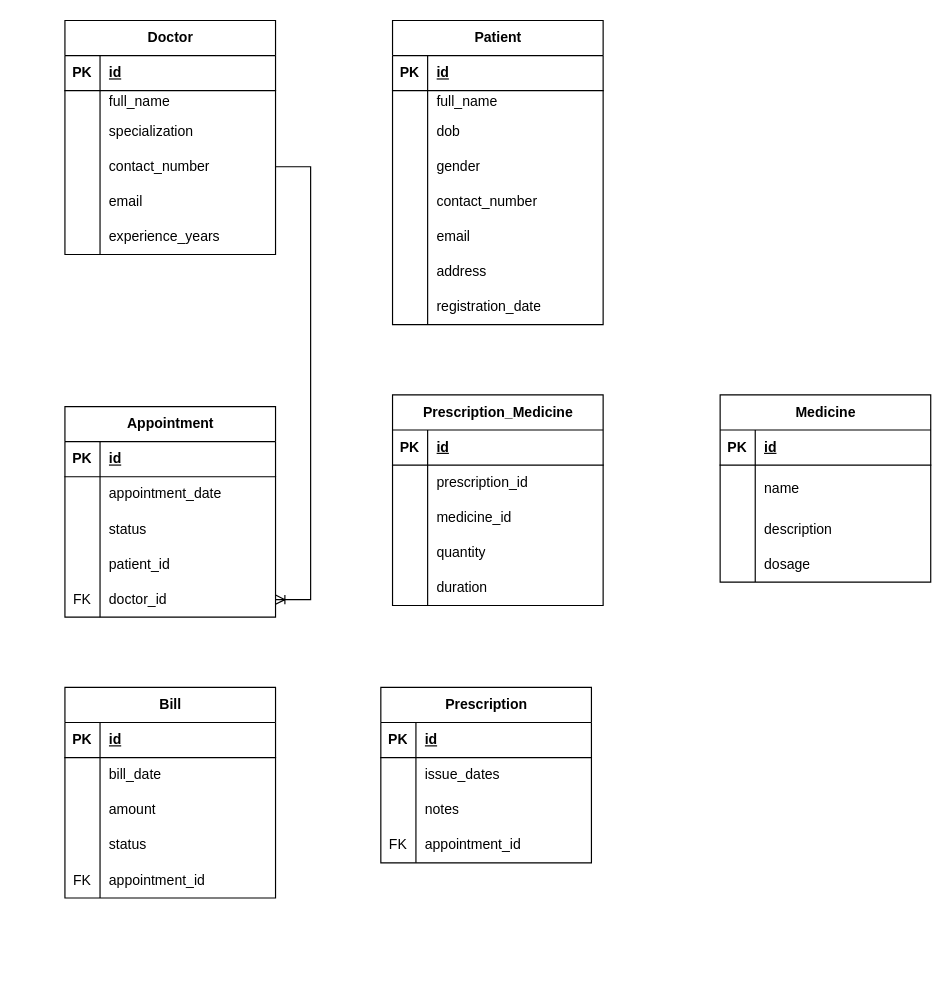
Above: Untitled Diagram.drawio in trinshika/Relationship (draw.io), before the change. Source tidied: cells renumbered, new cells numbered last; positions are measured from the earlier drawing's top-left corner, leaving out a move shared by most shapes. Both pictures are drawn from the tidied source at 117%, with x=0, y=0 at pixel (64, 20).
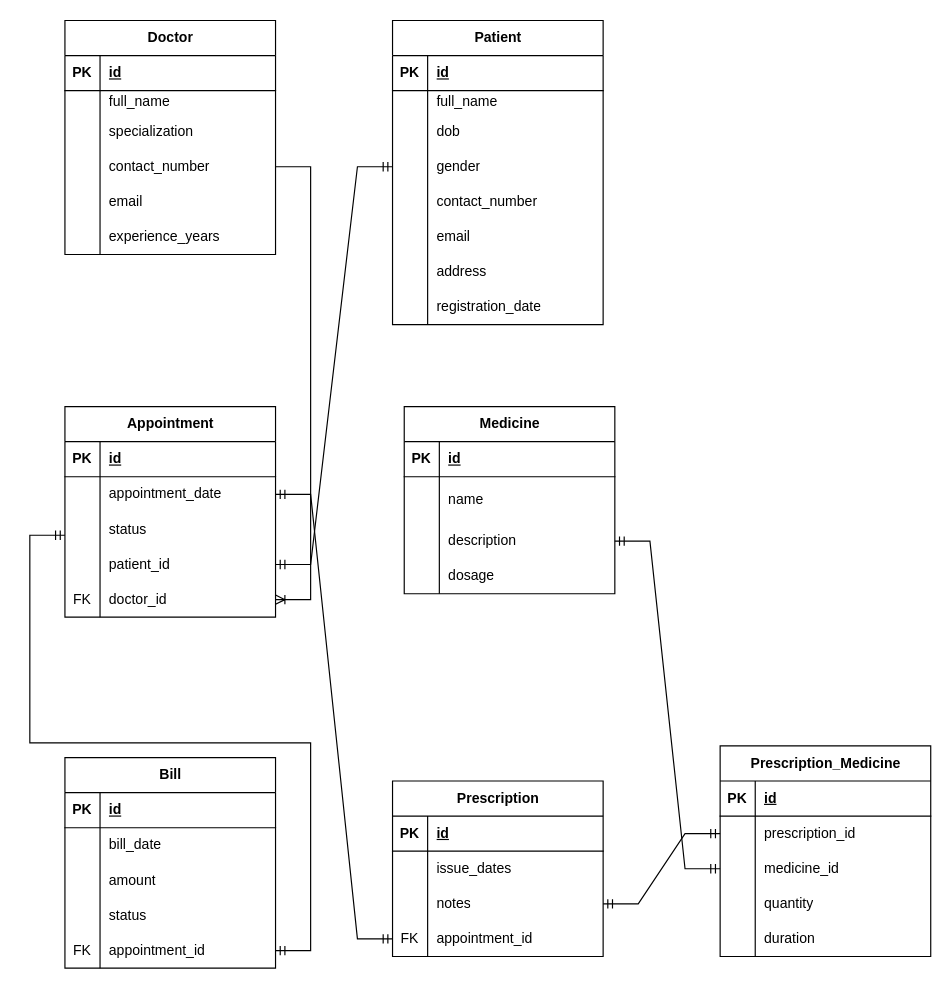
The same page after the edit.

The change refers to these unchanged cells:
```xml
<mxCell id="12" style="shape=tableRow;horizontal=0;startSize=0;swimlaneHead=0;swimlaneBody=0;fillColor=none;points=[[0,0.5],[1,0.5]];portConstraint=eastwest;top=0;left=0;right=0;bottom=0;" parent="2" vertex="1">
  <mxGeometry y="110" width="180" height="30" as="geometry" />
</mxCell>
<mxCell id="50" style="shape=tableRow;horizontal=0;startSize=0;swimlaneHead=0;swimlaneBody=0;fillColor=none;points=[[0,0.5],[1,0.5]];portConstraint=eastwest;top=0;left=0;right=0;bottom=0;" parent="46" vertex="1">
  <mxGeometry y="60" width="180" height="30" as="geometry" />
</mxCell>
<mxCell id="56" style="shape=tableRow;horizontal=0;startSize=0;swimlaneHead=0;swimlaneBody=0;fillColor=none;points=[[0,0.5],[1,0.5]];portConstraint=eastwest;top=0;left=0;right=0;bottom=0;" parent="46" vertex="1">
  <mxGeometry y="120" width="180" height="30" as="geometry" />
</mxCell>
<mxCell id="69" style="shape=tableRow;horizontal=0;startSize=0;swimlaneHead=0;swimlaneBody=0;fillColor=none;points=[[0,0.5],[1,0.5]];portConstraint=eastwest;top=0;left=0;right=0;bottom=0;" parent="62" vertex="1">
  <mxGeometry y="90" width="180" height="30" as="geometry" />
</mxCell>
<mxCell id="72" style="shape=tableRow;horizontal=0;startSize=0;swimlaneHead=0;swimlaneBody=0;fillColor=none;points=[[0,0.5],[1,0.5]];portConstraint=eastwest;top=0;left=0;right=0;bottom=0;" parent="62" vertex="1">
  <mxGeometry y="120" width="180" height="30" as="geometry" />
</mxCell>
<mxCell id="82" style="shape=tableRow;horizontal=0;startSize=0;swimlaneHead=0;swimlaneBody=0;fillColor=none;points=[[0,0.5],[1,0.5]];portConstraint=eastwest;top=0;left=0;right=0;bottom=0;" parent="75" vertex="1">
  <mxGeometry y="100" width="180" height="30" as="geometry" />
</mxCell>
<mxCell id="92" style="shape=tableRow;horizontal=0;startSize=0;swimlaneHead=0;swimlaneBody=0;fillColor=none;points=[[0,0.5],[1,0.5]];portConstraint=eastwest;top=0;left=0;right=0;bottom=0;" parent="88" vertex="1">
  <mxGeometry y="60" width="180" height="30" as="geometry" />
</mxCell>
<mxCell id="95" style="shape=tableRow;horizontal=0;startSize=0;swimlaneHead=0;swimlaneBody=0;fillColor=none;points=[[0,0.5],[1,0.5]];portConstraint=eastwest;top=0;left=0;right=0;bottom=0;" parent="88" vertex="1">
  <mxGeometry y="90" width="180" height="30" as="geometry" />
</mxCell>
<mxCell id="117" style="shape=tableRow;horizontal=0;startSize=0;swimlaneHead=0;swimlaneBody=0;fillColor=none;points=[[0,0.5],[1,0.5]];portConstraint=eastwest;top=0;left=0;right=0;bottom=0;" parent="104" vertex="1">
  <mxGeometry y="150" width="180" height="30" as="geometry" />
</mxCell>
```

The edit, as a diff of the source:
```diff
@@
     <mxCell id="62" value="Prescription" style="shape=table;startSize=30;childLayout=tableLayout;rowLines=0;fontStyle=1;align=center;html=1;" parent="1" vertex="1">
-      <mxGeometry x="270" y="570" width="180" height="150" as="geometry" />
+      <mxGeometry x="280" y="650" width="180" height="150" as="geometry" />
     </mxCell>
@@
     <mxCell id="75" value="Medicine" style="shape=table;startSize=30;childLayout=tableLayout;rowLines=0;fontStyle=1;align=center;html=1;" parent="1" vertex="1">
-      <mxGeometry x="560" y="320" width="180" height="160" as="geometry" />
+      <mxGeometry x="290" y="330" width="180" height="160" as="geometry" />
     </mxCell>
@@
     <mxCell id="88" value="Prescription_Medicine" style="shape=table;startSize=30;childLayout=tableLayout;rowLines=0;fontStyle=1;align=center;html=1;" parent="1" vertex="1">
-      <mxGeometry x="280" y="320" width="180" height="180" as="geometry" />
+      <mxGeometry x="560" y="620" width="180" height="180" as="geometry" />
     </mxCell>
@@
     <mxCell id="104" value="Bill" style="shape=table;startSize=30;childLayout=tableLayout;rowLines=0;fontStyle=1;align=center;html=1;" parent="1" vertex="1">
-      <mxGeometry y="570" width="180" height="180" as="geometry" />
+      <mxGeometry y="630" width="180" height="180" as="geometry" />
     </mxCell>
@@
+    <mxCell id="121" style="edgeStyle=entityRelationEdgeStyle;fontSize=12;html=1;endArrow=ERmandOne;startArrow=ERmandOne;rounded=0;entryX=0;entryY=0.5;entryDx=0;entryDy=0;" parent="1" edge="1" source="56" target="12">
+      <mxGeometry relative="1" as="geometry">
+        <Array as="points">
+          <mxPoint x="260" y="300" />
+          <mxPoint x="250" y="290" />
+          <mxPoint x="240" y="300" />
+          <mxPoint x="250" y="290" />
+        </Array>
+      </mxGeometry>
+    </mxCell>
+    <mxCell id="122" style="edgeStyle=entityRelationEdgeStyle;fontSize=12;html=1;endArrow=ERmandOne;startArrow=ERmandOne;rounded=0;exitX=1;exitY=0.5;exitDx=0;exitDy=0;" parent="1" edge="1" source="50" target="72">
+      <mxGeometry relative="1" as="geometry">
+        <Array as="points">
+          <mxPoint x="190" y="420" />
+          <mxPoint x="250" y="580" />
+          <mxPoint x="260" y="570" />
+          <mxPoint x="290" y="590" />
+          <mxPoint x="260" y="570" />
+        </Array>
+      </mxGeometry>
+    </mxCell>
+    <mxCell id="123" style="edgeStyle=entityRelationEdgeStyle;fontSize=12;html=1;endArrow=ERmandOne;startArrow=ERmandOne;rounded=0;exitX=1;exitY=0.5;exitDx=0;exitDy=0;" parent="1" edge="1" source="69" target="92">
+      <mxGeometry relative="1" as="geometry">
+        <Array as="points">
+          <mxPoint x="500" y="750" />
+          <mxPoint x="400" y="580" />
+          <mxPoint x="390" y="610" />
+        </Array>
+      </mxGeometry>
+    </mxCell>
+    <mxCell id="124" style="edgeStyle=entityRelationEdgeStyle;fontSize=12;html=1;endArrow=ERmandOne;startArrow=ERmandOne;rounded=0;exitX=1;exitY=0.5;exitDx=0;exitDy=0;" parent="1" edge="1" source="82" target="95">
+      <mxGeometry relative="1" as="geometry">
+        <Array as="points">
+          <mxPoint x="540" y="600" />
+        </Array>
+      </mxGeometry>
+    </mxCell>
+    <mxCell id="125" style="edgeStyle=entityRelationEdgeStyle;fontSize=12;html=1;endArrow=ERmandOne;startArrow=ERmandOne;rounded=0;" parent="1" edge="1" source="117">
+      <mxGeometry relative="1" as="geometry">
+        <mxPoint y="440" as="targetPoint" />
+        <Array as="points">
+          <mxPoint x="-130" y="490" />
+          <mxPoint x="-40" y="480" />
+        </Array>
+      </mxGeometry>
+    </mxCell>
```
